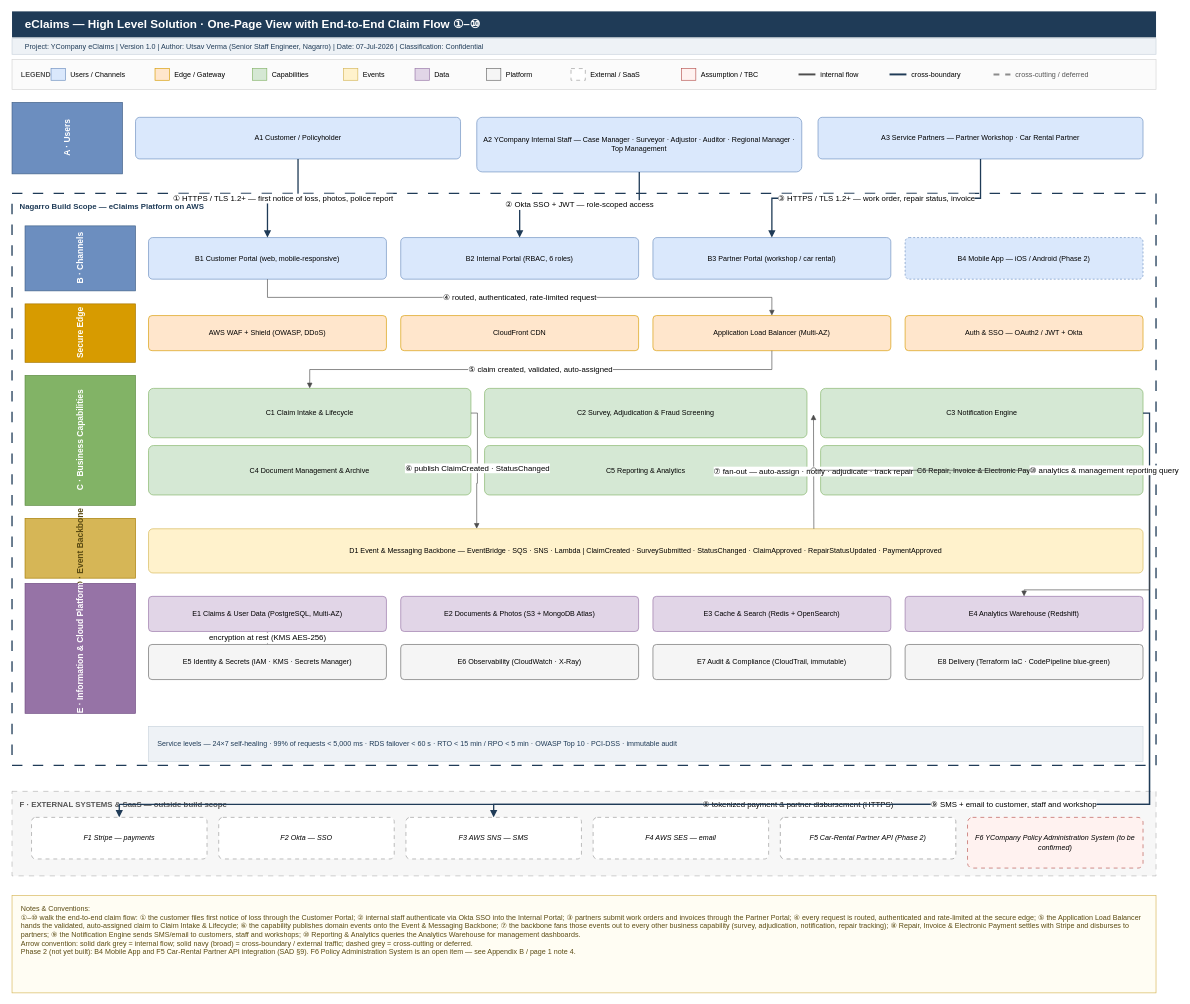
This is page "High Level Solution" (2 of 7) of docs/sad/architecture-diagram.drawio.xml from Utsaverma/insurance-portal, a draw.io file, before an edit. Source tidied: cells renumbered, new cells numbered last; positions are measured from the earlier drawing's top-left corner, leaving out a move shared by most shapes. Both pictures are drawn from the tidied source at 65%, with x=0, y=0 at pixel (12, 11).
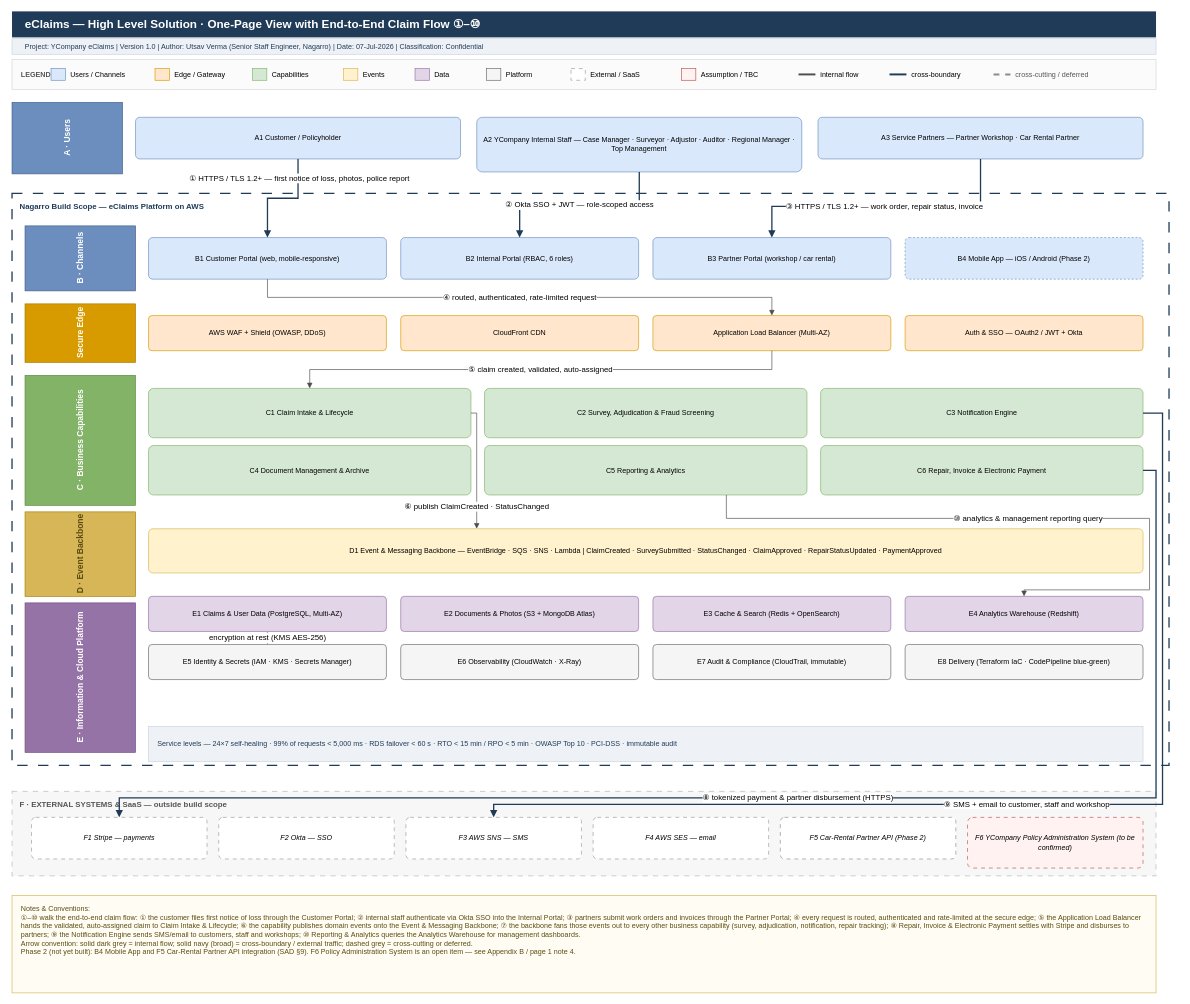
Above is the later version.

The change refers to these unchanged cells:
```xml
<mxCell id="28" value="A1 Customer / Policyholder" style="rounded=1;whiteSpace=wrap;html=1;arcSize=10;fontSize=11;fillColor=#dae8fc;strokeColor=#6c8ebf;" parent="1" vertex="1">
  <mxGeometry x="190" y="163" width="500" height="64" as="geometry" />
</mxCell>
<mxCell id="30" value="A3 Service Partners — Partner Workshop · Car Rental Partner" style="rounded=1;whiteSpace=wrap;html=1;arcSize=10;fontSize=11;fillColor=#dae8fc;strokeColor=#6c8ebf;" parent="1" vertex="1">
  <mxGeometry x="1240" y="163" width="500" height="64" as="geometry" />
</mxCell>
<mxCell id="33" value="B1 Customer Portal (web, mobile-responsive)" style="rounded=1;whiteSpace=wrap;html=1;arcSize=10;fontSize=11;fillColor=#dae8fc;strokeColor=#6c8ebf;" parent="1" vertex="1">
  <mxGeometry x="210" y="348" width="366" height="64" as="geometry" />
</mxCell>
<mxCell id="35" value="B3 Partner Portal (workshop / car rental)" style="rounded=1;whiteSpace=wrap;html=1;arcSize=10;fontSize=11;fillColor=#dae8fc;strokeColor=#6c8ebf;" parent="1" vertex="1">
  <mxGeometry x="986" y="348" width="366" height="64" as="geometry" />
</mxCell>
<mxCell id="43" value="C1 Claim Intake &amp; Lifecycle" style="rounded=1;whiteSpace=wrap;html=1;arcSize=10;fontSize=11;fillColor=#d5e8d4;strokeColor=#82b366;" parent="1" vertex="1">
  <mxGeometry x="210" y="580" width="496" height="76" as="geometry" />
</mxCell>
<mxCell id="45" value="C3 Notification Engine" style="rounded=1;whiteSpace=wrap;html=1;arcSize=10;fontSize=11;fillColor=#d5e8d4;strokeColor=#82b366;" parent="1" vertex="1">
  <mxGeometry x="1244" y="580" width="496" height="76" as="geometry" />
</mxCell>
<mxCell id="47" value="C5 Reporting &amp; Analytics" style="rounded=1;whiteSpace=wrap;html=1;arcSize=10;fontSize=11;fillColor=#d5e8d4;strokeColor=#82b366;" parent="1" vertex="1">
  <mxGeometry x="727" y="668" width="496" height="76" as="geometry" />
</mxCell>
<mxCell id="48" value="C6 Repair, Invoice &amp; Electronic Payment" style="rounded=1;whiteSpace=wrap;html=1;arcSize=10;fontSize=11;fillColor=#d5e8d4;strokeColor=#82b366;" parent="1" vertex="1">
  <mxGeometry x="1244" y="668" width="496" height="76" as="geometry" />
</mxCell>
<mxCell id="50" value="D1 Event &amp; Messaging Backbone — EventBridge · SQS · SNS · Lambda   |   ClaimCreated · SurveySubmitted · StatusChanged · ClaimApproved · RepairStatusUpdated · PaymentApproved" style="rounded=1;whiteSpace=wrap;html=1;arcSize=10;fontSize=11;fillColor=#fff2cc;strokeColor=#d6b656;" parent="1" vertex="1">
  <mxGeometry x="210" y="796" width="1530" height="68" as="geometry" />
</mxCell>
<mxCell id="55" value="E4 Analytics Warehouse (Redshift)" style="rounded=1;whiteSpace=wrap;html=1;arcSize=10;fontSize=11;fillColor=#e1d5e7;strokeColor=#9673a6;" parent="1" vertex="1">
  <mxGeometry x="1374" y="900" width="366" height="54" as="geometry" />
</mxCell>
<mxCell id="62" value="F1 Stripe — payments" style="rounded=1;whiteSpace=wrap;html=1;arcSize=10;fontSize=11;dashed=1;dashPattern=6 6;fillColor=#ffffff;strokeColor=#999999;fontStyle=2;" parent="1" vertex="1">
  <mxGeometry x="30" y="1240" width="270" height="64" as="geometry" />
</mxCell>
<mxCell id="64" value="F3 AWS SNS — SMS" style="rounded=1;whiteSpace=wrap;html=1;arcSize=10;fontSize=11;dashed=1;dashPattern=6 6;fillColor=#ffffff;strokeColor=#999999;fontStyle=2;" parent="1" vertex="1">
  <mxGeometry x="606" y="1240" width="270" height="64" as="geometry" />
</mxCell>
```

Change to the diagram source:
```diff
@@
     <mxCell id="31" value="Nagarro Build Scope — eClaims Platform on AWS" style="rounded=0;html=1;dashed=1;dashPattern=8 8;strokeColor=#1f3b57;strokeWidth=2;fillColor=none;fontSize=12;fontStyle=1;align=left;verticalAlign=top;spacingLeft=10;spacingTop=6;fontColor=#1f3b57;" parent="1" vertex="1">
-      <mxGeometry y="280" width="1760" height="880" as="geometry" />
+      <mxGeometry y="280" width="1780" height="880" as="geometry" />
     </mxCell>
@@
     <mxCell id="49" value="D · Event Backbone" style="rounded=0;html=1;fillColor=#d6b656;strokeColor=#a67c00;fontColor=#5b4b12;fontSize=13;fontStyle=1;horizontal=0;align=center;verticalAlign=middle;" parent="1" vertex="1">
-      <mxGeometry x="20" y="780" width="170" height="92" as="geometry" />
+      <mxGeometry x="20" y="770" width="170" height="130" as="geometry" />
     </mxCell>
@@
     <mxCell id="51" value="E · Information &amp; Cloud Platform" style="rounded=0;html=1;fillColor=#9673a6;strokeColor=#6f4c82;fontColor=#ffffff;fontSize=13;fontStyle=1;horizontal=0;align=center;verticalAlign=middle;" parent="1" vertex="1">
-      <mxGeometry x="20" y="880" width="170" height="200" as="geometry" />
+      <mxGeometry x="20" y="910" width="170" height="230" as="geometry" />
     </mxCell>
@@
-    <mxCell id="68" value="① HTTPS / TLS 1.2+ — first notice of loss, photos, police report" style="edgeStyle=orthogonalEdgeStyle;rounded=0;html=1;fontSize=12;labelBackgroundColor=#ffffff;endArrow=block;endFill=1;strokeColor=#1f3b57;strokeWidth=2;exitX=0.5;exitY=1;entryX=0.5;entryY=0;" parent="1" edge="1" source="28" target="33">
+    <mxCell id="68" style="edgeStyle=orthogonalEdgeStyle;rounded=0;html=1;fontSize=12;labelBackgroundColor=#ffffff;endArrow=block;endFill=1;strokeColor=#1f3b57;strokeWidth=2;exitX=0.5;exitY=1;entryX=0.5;entryY=0;" parent="1" edge="1" source="28" target="33">
       <mxGeometry relative="1" as="geometry" />
     </mxCell>
+    <mxCell id="80" value="&lt;span style=&quot;font-size: 12px;&quot;&gt;① HTTPS / TLS 1.2+ — first notice of loss, photos, police report&lt;/span&gt;" style="edgeLabel;html=1;align=center;verticalAlign=middle;" parent="68" vertex="1">
+      <mxGeometry x="-0.66" y="1" relative="1" as="geometry" />
+    </mxCell>
@@
     <mxCell id="70" value="③ HTTPS / TLS 1.2+ — work order, repair status, invoice" style="edgeStyle=orthogonalEdgeStyle;rounded=0;html=1;fontSize=12;labelBackgroundColor=#ffffff;endArrow=block;endFill=1;strokeColor=#1f3b57;strokeWidth=2;exitX=0.5;exitY=1;entryX=0.5;entryY=0;" parent="1" edge="1" source="30" target="35">
-      <mxGeometry relative="1" as="geometry" />
+      <mxGeometry relative="1" as="geometry">
+        <Array as="points">
+          <mxPoint x="1490" y="300" />
+          <mxPoint x="1169" y="300" />
+        </Array>
+      </mxGeometry>
     </mxCell>
@@
-    <mxCell id="73" value="⑥ publish ClaimCreated · StatusChanged" style="edgeStyle=orthogonalEdgeStyle;rounded=0;html=1;fontSize=12;labelBackgroundColor=#ffffff;endArrow=block;endFill=1;strokeColor=#4d4d4d;jumpStyle=arc;jumpSize=8;exitX=1;exitY=0.5;entryX=0.33;entryY=0;" parent="1" edge="1" source="43" target="50">
-      <mxGeometry relative="1" as="geometry" />
+    <mxCell id="73" style="edgeStyle=orthogonalEdgeStyle;rounded=0;html=1;fontSize=12;labelBackgroundColor=#ffffff;endArrow=block;endFill=1;strokeColor=#4d4d4d;jumpStyle=arc;jumpSize=8;exitX=1;exitY=0.5;entryX=0.33;entryY=0;" parent="1" edge="1" source="43" target="50">
+      <mxGeometry relative="1" as="geometry">
+        <Array as="points">
+          <mxPoint x="714.9" y="618" />
+        </Array>
+      </mxGeometry>
     </mxCell>
-    <mxCell id="74" value="⑦ fan-out — auto-assign · notify · adjudicate · track repair" style="edgeStyle=orthogonalEdgeStyle;rounded=0;html=1;fontSize=12;labelBackgroundColor=#ffffff;endArrow=block;endFill=1;strokeColor=#4d4d4d;jumpStyle=arc;jumpSize=8;exitX=0.669;exitY=0;" parent="1" edge="1" source="50">
-      <mxGeometry relative="1" as="geometry">
-        <mxPoint x="1233" y="620" as="targetPoint" />
-      </mxGeometry>
-    </mxCell>
+    <mxCell id="81" value="&lt;span style=&quot;font-size: 12px;&quot;&gt;⑥ publish ClaimCreated · StatusChanged&lt;/span&gt;" style="edgeLabel;html=1;align=center;verticalAlign=middle;" parent="73" vertex="1">
+      <mxGeometry x="0.63" relative="1" as="geometry" />
+    </mxCell>
     <mxCell id="75" value="⑧ tokenized payment &amp; partner disbursement (HTTPS)" style="edgeStyle=orthogonalEdgeStyle;rounded=0;html=1;fontSize=12;labelBackgroundColor=#ffffff;endArrow=block;endFill=1;strokeColor=#1f3b57;strokeWidth=2;jumpStyle=arc;jumpSize=8;exitX=1;exitY=0.5;entryX=0.5;entryY=0;" parent="1" edge="1" source="48" target="62">
       <mxGeometry relative="1" as="geometry">
         <Array as="points">
-          <mxPoint x="1750" y="1220" />
-          <mxPoint x="165" y="1220" />
+          <mxPoint x="1760" y="706" />
+          <mxPoint x="1760" y="1210" />
+          <mxPoint x="165" y="1210" />
         </Array>
       </mxGeometry>
     </mxCell>
     <mxCell id="76" value="⑨ SMS + email to customer, staff and workshop" style="edgeStyle=orthogonalEdgeStyle;rounded=0;html=1;fontSize=12;labelBackgroundColor=#ffffff;endArrow=block;endFill=1;strokeColor=#1f3b57;strokeWidth=2;jumpStyle=arc;jumpSize=8;exitX=1;exitY=0.5;entryX=0.5;entryY=0;" parent="1" edge="1" source="45" target="64">
       <mxGeometry relative="1" as="geometry">
         <Array as="points">
-          <mxPoint x="1750" y="1220" />
+          <mxPoint x="1770" y="618" />
+          <mxPoint x="1770" y="1220" />
           <mxPoint x="741" y="1220" />
         </Array>
       </mxGeometry>
     </mxCell>
-    <mxCell id="77" value="⑩ analytics &amp; management reporting query" style="edgeStyle=orthogonalEdgeStyle;rounded=0;html=1;fontSize=12;labelBackgroundColor=#ffffff;endArrow=block;endFill=1;strokeColor=#4d4d4d;jumpStyle=arc;jumpSize=8;exitX=1;exitY=0.5;entryX=0.5;entryY=0;" parent="1" edge="1" source="47" target="55">
+    <mxCell id="77" value="⑩ analytics &amp; management reporting query" style="edgeStyle=orthogonalEdgeStyle;rounded=0;html=1;fontSize=12;labelBackgroundColor=#ffffff;endArrow=block;endFill=1;strokeColor=#4d4d4d;jumpStyle=arc;jumpSize=8;exitX=0.75;exitY=1;entryX=0.5;entryY=0;exitDx=0;exitDy=0;" parent="1" edge="1" source="47" target="55">
       <mxGeometry relative="1" as="geometry">
         <Array as="points">
-          <mxPoint x="1750" y="706" />
+          <mxPoint x="1099" y="780" />
+          <mxPoint x="1750" y="780" />
           <mxPoint x="1750" y="890" />
+          <mxPoint x="1557" y="890" />
         </Array>
       </mxGeometry>
     </mxCell>
```
